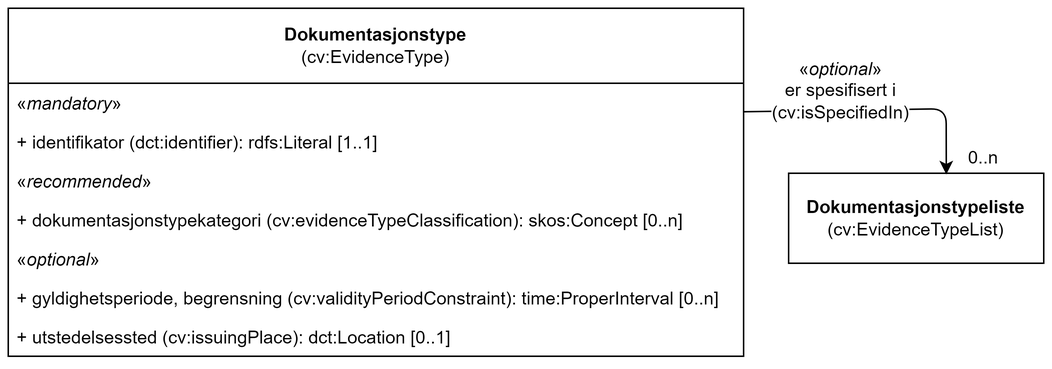
Before: docs/images/KlassenDokumentasjonstype.png, a diagram exported from draw.io (Informasjonsforvaltning/cccev-ap-no). Source tidied: cells renumbered, new cells last; positions are measured from the earlier drawing's top-left corner, leaving out a move shared by most shapes.
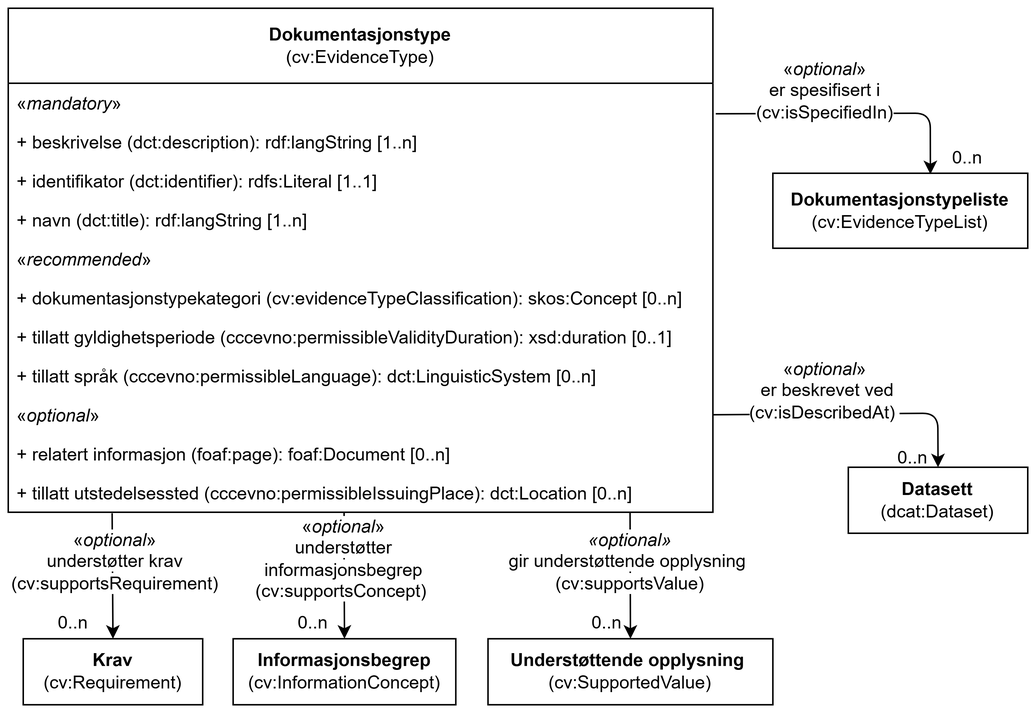
Above is the later version.

Change to the diagram source:
```diff
@@ -3,13 +3,12 @@
     <mxCell id="0" />
     <mxCell id="1" parent="0" />
     <mxCell id="2" value="&lt;b&gt;Dokumentasjonstypeliste&lt;/b&gt;&lt;br&gt;(cv:EvidenceTypeList)" style="rounded=0;whiteSpace=wrap;html=1;fillColor=none;strokeColor=#000000;verticalAlign=middle;" parent="1" vertex="1">
-      <mxGeometry x="520" y="110" width="170" height="60" as="geometry" />
+      <mxGeometry x="520" y="110" width="170" height="50" as="geometry" />
     </mxCell>
-    <mxCell id="3" style="endArrow=classic;html=1;rounded=1;exitX=1;exitY=0.25;exitDx=0;exitDy=0;entryX=0.618;entryY=0.013;entryDx=0;entryDy=0;entryPerimeter=0;" parent="1" edge="1" target="2">
+    <mxCell id="3" style="endArrow=classic;html=1;rounded=1;exitX=1.004;exitY=0.782;exitDx=0;exitDy=0;entryX=0.618;entryY=0.013;entryDx=0;entryDy=0;entryPerimeter=0;exitPerimeter=0;" parent="1" edge="1" source="7" target="2">
       <mxGeometry relative="1" as="geometry">
-        <mxPoint x="490" y="69" as="sourcePoint" />
         <Array as="points">
-          <mxPoint x="625" y="67" />
+          <mxPoint x="625" y="70" />
         </Array>
       </mxGeometry>
     </mxCell>
@@ -20,28 +19,101 @@
       <mxGeometry x="630" y="90" width="40" height="20" as="geometry" />
     </mxCell>
     <mxCell id="6" value="&lt;b style=&quot;border-color: var(--border-color);&quot;&gt;Dokumentasjonstype&lt;/b&gt;&lt;br style=&quot;border-color: var(--border-color);&quot;&gt;(cv:EvidenceType)" style="swimlane;fontStyle=0;horizontal=1;startSize=50;fillColor=none;whiteSpace=wrap;html=1;" parent="1" vertex="1">
-      <mxGeometry width="490" height="232" as="geometry" />
+      <mxGeometry x="10" width="470" height="336" as="geometry" />
     </mxCell>
     <mxCell id="7" value="«&lt;i&gt;mandatory&lt;/i&gt;»" style="text;strokeColor=none;fillColor=none;align=left;verticalAlign=top;spacingLeft=4;spacingRight=4;overflow=hidden;points=[[0,0.5],[1,0.5]];portConstraint=eastwest;whiteSpace=wrap;html=1;" parent="6" vertex="1">
-      <mxGeometry y="50" width="490" height="26" as="geometry" />
+      <mxGeometry y="50" width="470" height="26" as="geometry" />
     </mxCell>
+    <mxCell id="14" value="+&amp;nbsp;beskrivelse (dct:description): rdf:langString [1..n]" style="text;strokeColor=none;fillColor=none;align=left;verticalAlign=top;spacingLeft=4;spacingRight=4;overflow=hidden;whiteSpace=wrap;html=1;" parent="6" vertex="1">
+      <mxGeometry y="76" width="470" height="26" as="geometry" />
+    </mxCell>
     <mxCell id="8" value="+&amp;nbsp;identifikator (dct:identifier): rdfs:Literal [1..1]" style="text;strokeColor=none;fillColor=none;align=left;verticalAlign=top;spacingLeft=4;spacingRight=4;overflow=hidden;whiteSpace=wrap;html=1;" parent="6" vertex="1">
-      <mxGeometry y="76" width="490" height="26" as="geometry" />
+      <mxGeometry y="102" width="470" height="26" as="geometry" />
     </mxCell>
+    <mxCell id="15" value="+&amp;nbsp;navn (dct:title): rdf:langString [1..n]" style="text;strokeColor=none;fillColor=none;align=left;verticalAlign=top;spacingLeft=4;spacingRight=4;overflow=hidden;whiteSpace=wrap;html=1;" parent="6" vertex="1">
+      <mxGeometry y="128" width="470" height="26" as="geometry" />
+    </mxCell>
     <mxCell id="9" value="«&lt;i style=&quot;&quot;&gt;recommended&lt;/i&gt;»" style="text;strokeColor=none;fillColor=none;align=left;verticalAlign=top;spacingLeft=4;spacingRight=4;overflow=hidden;whiteSpace=wrap;html=1;" parent="6" vertex="1">
-      <mxGeometry y="102" width="490" height="26" as="geometry" />
+      <mxGeometry y="154" width="470" height="26" as="geometry" />
     </mxCell>
     <mxCell id="10" value="+&amp;nbsp;dokumentasjonstypekategori (cv:evidenceTypeClassification): skos:Concept [0..n]&lt;span style=&quot;border-color: var(--border-color); background-color: rgb(255, 255, 0);&quot;&gt;&lt;br style=&quot;border-color: var(--border-color); padding: 0px; margin: 0px;&quot;&gt;&lt;/span&gt;" style="text;strokeColor=none;fillColor=none;align=left;verticalAlign=top;spacingLeft=4;spacingRight=4;overflow=hidden;whiteSpace=wrap;html=1;" parent="6" vertex="1">
-      <mxGeometry y="128" width="490" height="26" as="geometry" />
+      <mxGeometry y="180" width="470" height="26" as="geometry" />
     </mxCell>
+    <mxCell id="12" value="+ tillatt gyldighetsperiode (cccevno:permissibleValidityDuration): xsd:duration [0..1]&lt;span style=&quot;border-color: var(--border-color); background-color: rgb(255, 255, 0);&quot;&gt;&lt;br style=&quot;border-color: var(--border-color); padding: 0px; margin: 0px;&quot;&gt;&lt;/span&gt;" style="text;strokeColor=none;fillColor=none;align=left;verticalAlign=top;spacingLeft=4;spacingRight=4;overflow=hidden;whiteSpace=wrap;html=1;" parent="6" vertex="1">
+      <mxGeometry y="206" width="470" height="26" as="geometry" />
+    </mxCell>
+    <mxCell id="16" value="+ tillatt språk (cccevno:permissibleLanguage): dct:LinguisticSystem [0..n]" style="text;strokeColor=none;fillColor=none;align=left;verticalAlign=top;spacingLeft=4;spacingRight=4;overflow=hidden;whiteSpace=wrap;html=1;" parent="6" vertex="1">
+      <mxGeometry y="232" width="470" height="26" as="geometry" />
+    </mxCell>
     <mxCell id="11" value="«&lt;i&gt;optional&lt;/i&gt;»" style="text;strokeColor=none;fillColor=none;align=left;verticalAlign=top;spacingLeft=4;spacingRight=4;overflow=hidden;points=[[0,0.5],[1,0.5]];portConstraint=eastwest;whiteSpace=wrap;html=1;" parent="6" vertex="1">
-      <mxGeometry y="154" width="490" height="26" as="geometry" />
+      <mxGeometry y="258" width="470" height="26" as="geometry" />
     </mxCell>
-    <mxCell id="12" value="+&amp;nbsp;gyldighetsperiode, begrensning (cv:validityPeriodConstraint): time:ProperInterval [0..n]&lt;span style=&quot;border-color: var(--border-color); background-color: rgb(255, 255, 0);&quot;&gt;&lt;br style=&quot;border-color: var(--border-color); padding: 0px; margin: 0px;&quot;&gt;&lt;/span&gt;" style="text;strokeColor=none;fillColor=none;align=left;verticalAlign=top;spacingLeft=4;spacingRight=4;overflow=hidden;whiteSpace=wrap;html=1;" parent="6" vertex="1">
-      <mxGeometry y="180" width="490" height="26" as="geometry" />
-    </mxCell>
+    <mxCell id="17" value="+&amp;nbsp;relatert informasjon (foaf:page): foaf:Document [0..n]" style="text;strokeColor=none;fillColor=none;align=left;verticalAlign=top;spacingLeft=4;spacingRight=4;overflow=hidden;whiteSpace=wrap;html=1;" parent="6" vertex="1">
+      <mxGeometry y="284" width="470" height="26" as="geometry" />
+    </mxCell>
-    <mxCell id="13" value="+&amp;nbsp;utstedelsessted (cv:issuingPlace): dct:Location [0..1]&lt;span style=&quot;border-color: var(--border-color); background-color: rgb(255, 255, 0);&quot;&gt;&lt;br style=&quot;border-color: var(--border-color); padding: 0px; margin: 0px;&quot;&gt;&lt;/span&gt;" style="text;strokeColor=none;fillColor=none;align=left;verticalAlign=top;spacingLeft=4;spacingRight=4;overflow=hidden;whiteSpace=wrap;html=1;" parent="6" vertex="1">
-      <mxGeometry y="206" width="490" height="26" as="geometry" />
+    <mxCell id="13" value="+ tillatt utstedelsessted (cccevno:permissibleIssuingPlace): dct:Location [0..n]&lt;span style=&quot;border-color: var(--border-color); background-color: rgb(255, 255, 0);&quot;&gt;&lt;br style=&quot;border-color: var(--border-color); padding: 0px; margin: 0px;&quot;&gt;&lt;/span&gt;" style="text;strokeColor=none;fillColor=none;align=left;verticalAlign=top;spacingLeft=4;spacingRight=4;overflow=hidden;whiteSpace=wrap;html=1;" parent="6" vertex="1">
+      <mxGeometry y="310" width="470" height="26" as="geometry" />
     </mxCell>
+    <mxCell id="18" value="&lt;b&gt;Krav&lt;/b&gt;&lt;br&gt;(cv:Requirement)" style="rounded=0;whiteSpace=wrap;html=1;fillColor=none;strokeColor=#000000;" parent="1" vertex="1">
+      <mxGeometry x="20" y="420.3" width="119.7" height="44" as="geometry" />
+    </mxCell>
+    <mxCell id="19" style="endArrow=classic;html=1;rounded=1;entryX=0.5;entryY=0;entryDx=0;entryDy=0;exitX=0.121;exitY=1.013;exitDx=0;exitDy=0;exitPerimeter=0;" parent="1" edge="1" target="18">
+      <mxGeometry relative="1" as="geometry">
+        <mxPoint x="79.3" y="336.7" as="sourcePoint" />
+      </mxGeometry>
+    </mxCell>
+    <mxCell id="20" value="0..n" style="text;html=1;strokeColor=none;fillColor=none;align=center;verticalAlign=middle;whiteSpace=wrap;rounded=0;" parent="1" vertex="1">
+      <mxGeometry x="40" y="400.3" width="27.4" height="20" as="geometry" />
+    </mxCell>
+    <mxCell id="21" value="&lt;span style=&quot;background-color: rgb(255, 255, 255);&quot;&gt;«&lt;i style=&quot;&quot;&gt;optional&lt;/i&gt;»&lt;br&gt;understøtter krav&lt;br&gt;(cv:supportsRequirement)&lt;/span&gt;" style="text;html=1;strokeColor=none;fillColor=none;align=center;verticalAlign=middle;whiteSpace=wrap;rounded=0;" parent="1" vertex="1">
+      <mxGeometry x="10" y="343.3" width="143.4" height="52" as="geometry" />
+    </mxCell>
+    <mxCell id="22" value="&lt;b&gt;Datasett&lt;/b&gt;&lt;br&gt;(dcat:Dataset)" style="rounded=0;whiteSpace=wrap;html=1;fillColor=none;strokeColor=#000000;" parent="1" vertex="1">
+      <mxGeometry x="570.3" y="306" width="119.7" height="44" as="geometry" />
+    </mxCell>
+    <mxCell id="23" style="endArrow=classic;html=1;rounded=1;entryX=0.5;entryY=0;entryDx=0;entryDy=0;endFill=1;exitX=1;exitY=0.5;exitDx=0;exitDy=0;" parent="1" edge="1" source="11" target="22">
+      <mxGeometry relative="1" as="geometry">
+        <Array as="points">
+          <mxPoint x="630" y="270" />
+        </Array>
+      </mxGeometry>
+    </mxCell>
+    <mxCell id="24" value="&lt;span style=&quot;background-color: rgb(255, 255, 255);&quot;&gt;«&lt;i style=&quot;&quot;&gt;optional&lt;/i&gt;»&lt;br&gt;&lt;span style=&quot;text-align: left;&quot;&gt;&amp;nbsp;er beskrevet ved (cv:isDescribedAt)&amp;nbsp;&lt;/span&gt;&lt;/span&gt;" style="text;html=1;strokeColor=none;fillColor=none;align=center;verticalAlign=middle;whiteSpace=wrap;rounded=0;" parent="1" vertex="1">
+      <mxGeometry x="519.9" y="240" width="70.2" height="30" as="geometry" />
+    </mxCell>
+    <mxCell id="25" value="0..n" style="text;html=1;strokeColor=none;fillColor=none;align=center;verticalAlign=middle;whiteSpace=wrap;rounded=0;" parent="1" vertex="1">
+      <mxGeometry x="600" y="290" width="27.4" height="20" as="geometry" />
+    </mxCell>
+    <mxCell id="26" value="&lt;b&gt;Informasjonsbegrep&lt;br&gt;&lt;/b&gt;(cv:InformationConcept)" style="rounded=0;whiteSpace=wrap;html=1;fillColor=none;strokeColor=#000000;" parent="1" vertex="1">
+      <mxGeometry x="160" y="420.3" width="148.5" height="44" as="geometry" />
+    </mxCell>
+    <mxCell id="27" value="0..n" style="text;html=1;strokeColor=none;fillColor=none;align=center;verticalAlign=middle;whiteSpace=wrap;rounded=0;" parent="1" vertex="1">
+      <mxGeometry x="200" y="400.3" width="27.4" height="20" as="geometry" />
+    </mxCell>
+    <mxCell id="28" style="endArrow=classic;html=1;rounded=1;entryX=0.5;entryY=0;entryDx=0;entryDy=0;" parent="1" edge="1" target="26">
+      <mxGeometry relative="1" as="geometry">
+        <mxPoint x="234" y="336.3" as="sourcePoint" />
+        <Array as="points">
+          <mxPoint x="234" y="370.3" />
+        </Array>
+      </mxGeometry>
+    </mxCell>
+    <mxCell id="29" value="&lt;span style=&quot;background-color: rgb(255, 255, 255);&quot;&gt;«&lt;i style=&quot;&quot;&gt;optional&lt;/i&gt;»&lt;br&gt;&lt;span style=&quot;text-align: left;&quot;&gt;understøtter informasjonsbegrep (cv:supportsConcept)&amp;nbsp;&lt;/span&gt;&lt;/span&gt;" style="text;html=1;align=center;verticalAlign=middle;whiteSpace=wrap;rounded=0;labelBackgroundColor=none;" parent="1" vertex="1">
+      <mxGeometry x="174.3" y="343.3" width="120" height="48" as="geometry" />
+    </mxCell>
+    <mxCell id="30" value="&lt;div&gt;&lt;b&gt;Understøttende opplysning&amp;nbsp;&lt;/b&gt;&lt;/div&gt;&lt;div&gt;(cv:SupportedValue)&lt;/div&gt;" style="rounded=0;whiteSpace=wrap;html=1;verticalAlign=middle;fontFamily=Helvetica;fontSize=12;fillColor=none;" parent="1" vertex="1">
+      <mxGeometry x="330" y="420.3" width="190" height="44" as="geometry" />
+    </mxCell>
+    <mxCell id="31" style="endArrow=classic;html=1;rounded=0;entryX=0.5;entryY=0;entryDx=0;entryDy=0;exitX=0.826;exitY=0.987;exitDx=0;exitDy=0;exitPerimeter=0;" parent="1" edge="1" target="30">
+      <mxGeometry relative="1" as="geometry">
+        <mxPoint x="424.7" y="336" as="sourcePoint" />
+      </mxGeometry>
+    </mxCell>
+    <mxCell id="32" value="&lt;div&gt;&lt;span style=&quot;background-color: light-dark(#ffffff, var(--ge-dark-color, #121212));&quot;&gt;&lt;i&gt;&amp;nbsp;&lt;/i&gt;&lt;/span&gt;&lt;span style=&quot;background-color: light-dark(#ffffff, var(--ge-dark-color, #121212));&quot;&gt;&lt;i&gt;«optional»&lt;/i&gt;&amp;nbsp;&lt;/span&gt;&lt;/div&gt;&lt;div&gt;&lt;span style=&quot;background-color: light-dark(#ffffff, var(--ge-dark-color, #121212));&quot;&gt;gir understøttende&amp;nbsp;&lt;/span&gt;&lt;span style=&quot;background-color: light-dark(#ffffff, var(--ge-dark-color, #121212)); color: light-dark(rgb(0, 0, 0), rgb(255, 255, 255));&quot;&gt;opplysning&amp;nbsp;&lt;/span&gt;&lt;/div&gt;&lt;div&gt;&lt;span style=&quot;background-color: light-dark(#ffffff, var(--ge-dark-color, #121212));&quot;&gt;(cv:supportsValue)&lt;/span&gt;&lt;/div&gt;" style="text;html=1;whiteSpace=wrap;strokeColor=none;fillColor=none;align=center;verticalAlign=middle;rounded=0;" parent="1" vertex="1">
+      <mxGeometry x="330" y="354.3" width="190" height="30" as="geometry" />
+    </mxCell>
+    <mxCell id="33" value="0..n" style="text;html=1;strokeColor=none;fillColor=none;align=center;verticalAlign=middle;whiteSpace=wrap;rounded=0;" parent="1" vertex="1">
+      <mxGeometry x="396" y="400.3" width="27.4" height="20" as="geometry" />
+    </mxCell>
   </root>
 </mxGraphModel>
```
